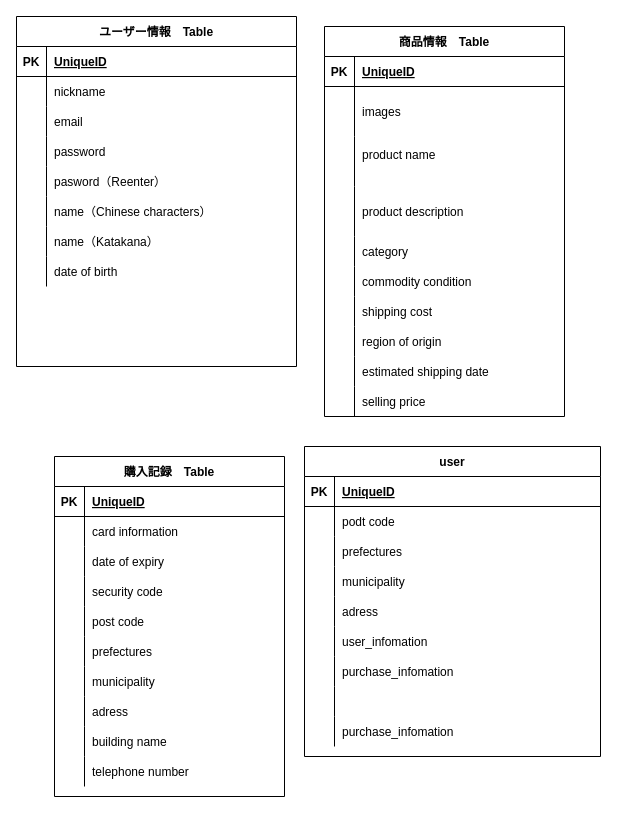
Before: app/views/furima.dio in mwyaa7/furima-39056, a draw.io diagram. Source tidied: cells renumbered, new cells numbered last; positions are measured from the earlier drawing's top-left corner, leaving out a move shared by most shapes. Both pictures are drawn from the tidied source at 100%, with x=0, y=0 at pixel (16, 16).
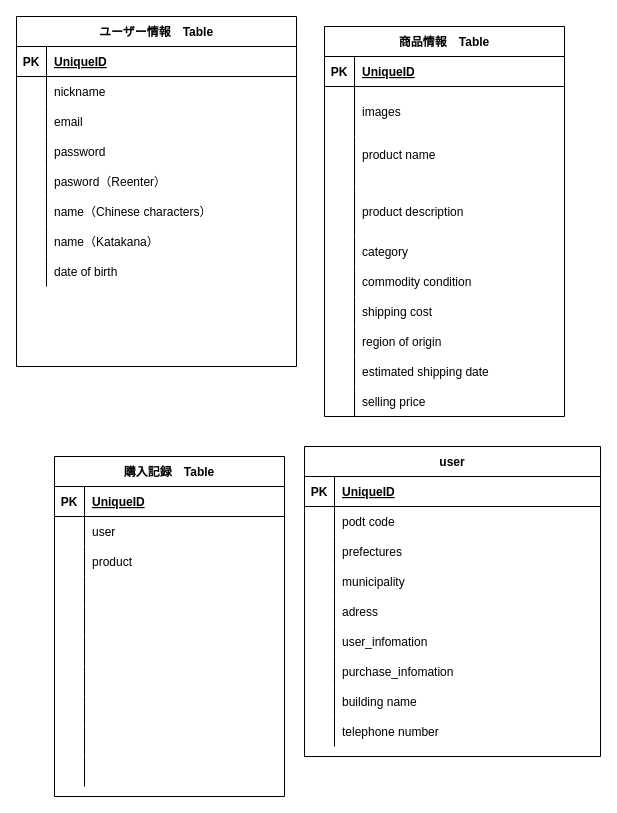
The same diagram, later.

The change refers to these unchanged cells:
```xml
<mxCell id="62" style="shape=tableRow;horizontal=0;startSize=0;swimlaneHead=0;swimlaneBody=0;fillColor=none;top=0;left=0;right=0;bottom=0;" parent="58" vertex="1">
  <mxGeometry y="60" width="230" height="30" as="geometry" />
</mxCell>
<mxCell id="65" style="shape=tableRow;horizontal=0;startSize=0;swimlaneHead=0;swimlaneBody=0;fillColor=none;top=0;left=0;right=0;bottom=0;" parent="58" vertex="1">
  <mxGeometry y="90" width="230" height="30" as="geometry" />
</mxCell>
<mxCell id="68" style="shape=tableRow;horizontal=0;startSize=0;swimlaneHead=0;swimlaneBody=0;fillColor=none;top=0;left=0;right=0;bottom=0;" parent="58" vertex="1">
  <mxGeometry y="120" width="230" height="30" as="geometry" />
</mxCell>
<mxCell id="71" style="shape=tableRow;horizontal=0;startSize=0;swimlaneHead=0;swimlaneBody=0;fillColor=none;top=0;left=0;right=0;bottom=0;" parent="58" vertex="1">
  <mxGeometry y="150" width="230" height="30" as="geometry" />
</mxCell>
<mxCell id="74" style="shape=tableRow;horizontal=0;startSize=0;swimlaneHead=0;swimlaneBody=0;fillColor=none;top=0;left=0;right=0;bottom=0;" parent="58" vertex="1">
  <mxGeometry y="180" width="230" height="30" as="geometry" />
</mxCell>
<mxCell id="77" style="shape=tableRow;horizontal=0;startSize=0;swimlaneHead=0;swimlaneBody=0;fillColor=none;top=0;left=0;right=0;bottom=0;" parent="58" vertex="1">
  <mxGeometry y="210" width="230" height="30" as="geometry" />
</mxCell>
<mxCell id="80" style="shape=tableRow;horizontal=0;startSize=0;swimlaneHead=0;swimlaneBody=0;fillColor=none;top=0;left=0;right=0;bottom=0;" parent="58" vertex="1">
  <mxGeometry y="240" width="230" height="30" as="geometry" />
</mxCell>
<mxCell id="83" style="shape=tableRow;horizontal=0;startSize=0;swimlaneHead=0;swimlaneBody=0;fillColor=none;top=0;left=0;right=0;bottom=0;" parent="58" vertex="1">
  <mxGeometry y="270" width="230" height="30" as="geometry" />
</mxCell>
<mxCell id="86" style="shape=tableRow;horizontal=0;startSize=0;swimlaneHead=0;swimlaneBody=0;fillColor=none;top=0;left=0;right=0;bottom=0;" parent="58" vertex="1">
  <mxGeometry y="300" width="230" height="30" as="geometry" />
</mxCell>
<mxCell id="111" style="shape=tableRow;horizontal=0;startSize=0;swimlaneHead=0;swimlaneBody=0;fillColor=none;top=0;left=0;right=0;bottom=0;" parent="89" vertex="1">
  <mxGeometry y="240" width="296" height="30" as="geometry" />
</mxCell>
<mxCell id="114" style="shape=tableRow;horizontal=0;startSize=0;swimlaneHead=0;swimlaneBody=0;fillColor=none;top=0;left=0;right=0;bottom=0;" parent="89" vertex="1">
  <mxGeometry y="270" width="296" height="30" as="geometry" />
</mxCell>
```

What changed in the source:
```diff
@@
-    <mxCell id="64" value="card information" style="shape=partialRectangle;fillColor=none;top=0;left=0;bottom=0;right=0;align=left;spacingLeft=6;overflow=hidden;" parent="62" vertex="1">
+    <mxCell id="64" value="user" style="shape=partialRectangle;fillColor=none;top=0;left=0;bottom=0;right=0;align=left;spacingLeft=6;overflow=hidden;" parent="62" vertex="1">
       <mxGeometry x="30" width="200" height="30" as="geometry" />
     </mxCell>
@@
-    <mxCell id="67" value="date of expiry" style="shape=partialRectangle;fillColor=none;top=0;left=0;bottom=0;right=0;align=left;spacingLeft=6;overflow=hidden;" parent="65" vertex="1">
+    <mxCell id="67" value="product" style="shape=partialRectangle;fillColor=none;top=0;left=0;bottom=0;right=0;align=left;spacingLeft=6;overflow=hidden;" parent="65" vertex="1">
       <mxGeometry x="30" width="200" height="30" as="geometry" />
     </mxCell>
@@
-    <mxCell id="70" value="security code" style="shape=partialRectangle;fillColor=none;top=0;left=0;bottom=0;right=0;align=left;spacingLeft=6;overflow=hidden;" parent="68" vertex="1">
+    <mxCell id="70" style="shape=partialRectangle;fillColor=none;top=0;left=0;bottom=0;right=0;align=left;spacingLeft=6;overflow=hidden;" parent="68" vertex="1">
       <mxGeometry x="30" width="200" height="30" as="geometry" />
     </mxCell>
@@
-    <mxCell id="73" value="post code" style="shape=partialRectangle;fillColor=none;top=0;left=0;bottom=0;right=0;align=left;spacingLeft=6;overflow=hidden;" parent="71" vertex="1">
+    <mxCell id="73" style="shape=partialRectangle;fillColor=none;top=0;left=0;bottom=0;right=0;align=left;spacingLeft=6;overflow=hidden;" parent="71" vertex="1">
       <mxGeometry x="30" width="200" height="30" as="geometry" />
     </mxCell>
@@
-    <mxCell id="76" value="prefectures" style="shape=partialRectangle;fillColor=none;top=0;left=0;bottom=0;right=0;align=left;spacingLeft=6;overflow=hidden;" parent="74" vertex="1">
+    <mxCell id="76" style="shape=partialRectangle;fillColor=none;top=0;left=0;bottom=0;right=0;align=left;spacingLeft=6;overflow=hidden;" parent="74" vertex="1">
       <mxGeometry x="30" width="200" height="30" as="geometry" />
     </mxCell>
@@
-    <mxCell id="79" value="municipality" style="shape=partialRectangle;fillColor=none;top=0;left=0;bottom=0;right=0;align=left;spacingLeft=6;overflow=hidden;" parent="77" vertex="1">
+    <mxCell id="79" style="shape=partialRectangle;fillColor=none;top=0;left=0;bottom=0;right=0;align=left;spacingLeft=6;overflow=hidden;" parent="77" vertex="1">
       <mxGeometry x="30" width="200" height="30" as="geometry" />
     </mxCell>
@@
-    <mxCell id="82" value="adress" style="shape=partialRectangle;fillColor=none;top=0;left=0;bottom=0;right=0;align=left;spacingLeft=6;overflow=hidden;" parent="80" vertex="1">
+    <mxCell id="82" style="shape=partialRectangle;fillColor=none;top=0;left=0;bottom=0;right=0;align=left;spacingLeft=6;overflow=hidden;" parent="80" vertex="1">
       <mxGeometry x="30" width="200" height="30" as="geometry" />
     </mxCell>
@@
-    <mxCell id="85" value="building name" style="shape=partialRectangle;fillColor=none;top=0;left=0;bottom=0;right=0;align=left;spacingLeft=6;overflow=hidden;" parent="83" vertex="1">
+    <mxCell id="85" style="shape=partialRectangle;fillColor=none;top=0;left=0;bottom=0;right=0;align=left;spacingLeft=6;overflow=hidden;" parent="83" vertex="1">
       <mxGeometry x="30" width="200" height="30" as="geometry" />
     </mxCell>
@@
-    <mxCell id="88" value="telephone number" style="shape=partialRectangle;fillColor=none;top=0;left=0;bottom=0;right=0;align=left;spacingLeft=6;overflow=hidden;" parent="86" vertex="1">
+    <mxCell id="88" style="shape=partialRectangle;fillColor=none;top=0;left=0;bottom=0;right=0;align=left;spacingLeft=6;overflow=hidden;" parent="86" vertex="1">
       <mxGeometry x="30" width="200" height="30" as="geometry" />
     </mxCell>
@@
-    <mxCell id="113" style="shape=partialRectangle;fillColor=none;top=0;left=0;bottom=0;right=0;align=left;spacingLeft=6;overflow=hidden;" parent="111" vertex="1">
+    <mxCell id="113" value="building name" style="shape=partialRectangle;fillColor=none;top=0;left=0;bottom=0;right=0;align=left;spacingLeft=6;overflow=hidden;" parent="111" vertex="1">
       <mxGeometry x="30" width="266" height="30" as="geometry" />
     </mxCell>
@@
-    <mxCell id="116" value="purchase_infomation" style="shape=partialRectangle;fillColor=none;top=0;left=0;bottom=0;right=0;align=left;spacingLeft=6;overflow=hidden;" parent="114" vertex="1">
+    <mxCell id="116" value="telephone number" style="shape=partialRectangle;fillColor=none;top=0;left=0;bottom=0;right=0;align=left;spacingLeft=6;overflow=hidden;" parent="114" vertex="1">
       <mxGeometry x="30" width="266" height="30" as="geometry" />
     </mxCell>
```
